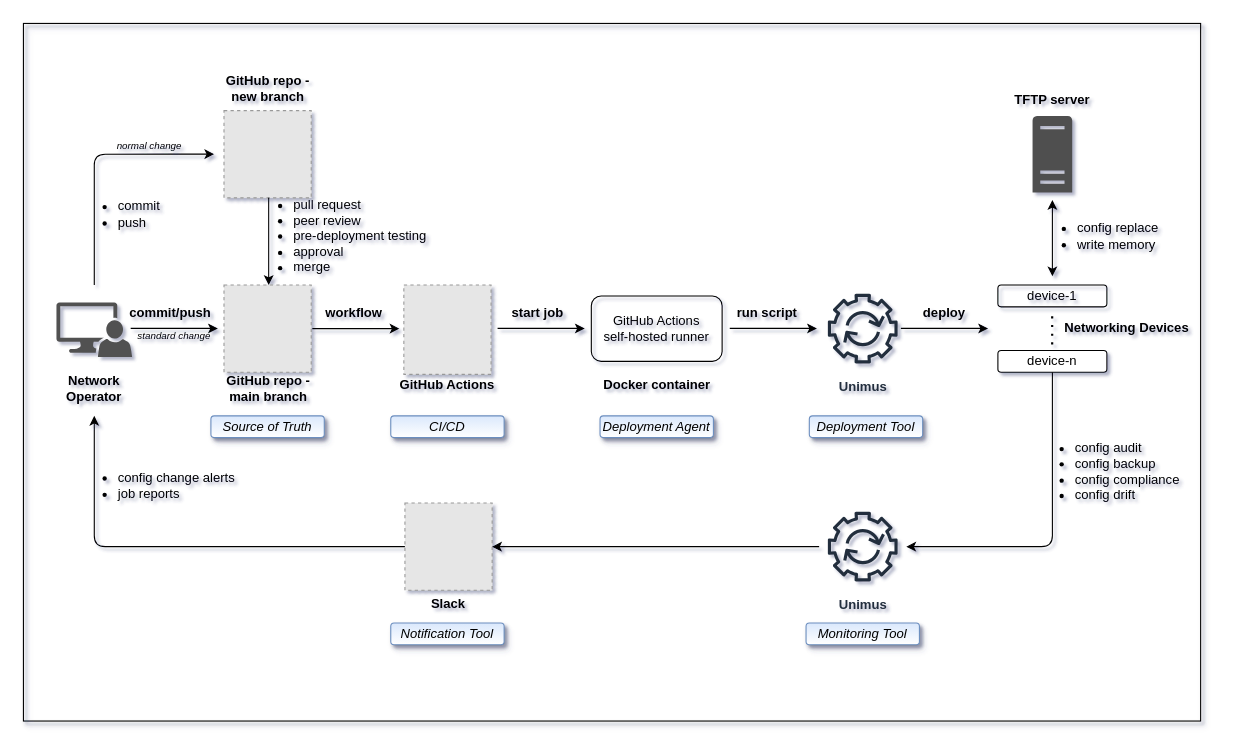
This is diagram-network-automation-github-actions.drawio from gdmoney/network-automation-github-actions, a draw.io file, before an edit. Source tidied: cells renumbered, new cells numbered last; positions are measured from the earlier drawing's top-left corner, leaving out a move shared by most shapes. Both pictures are drawn from the tidied source at 109%, with x=0, y=0 at pixel (23, 23). Pictures stored in the file or linked from it are replaced by grey dashed boxes.
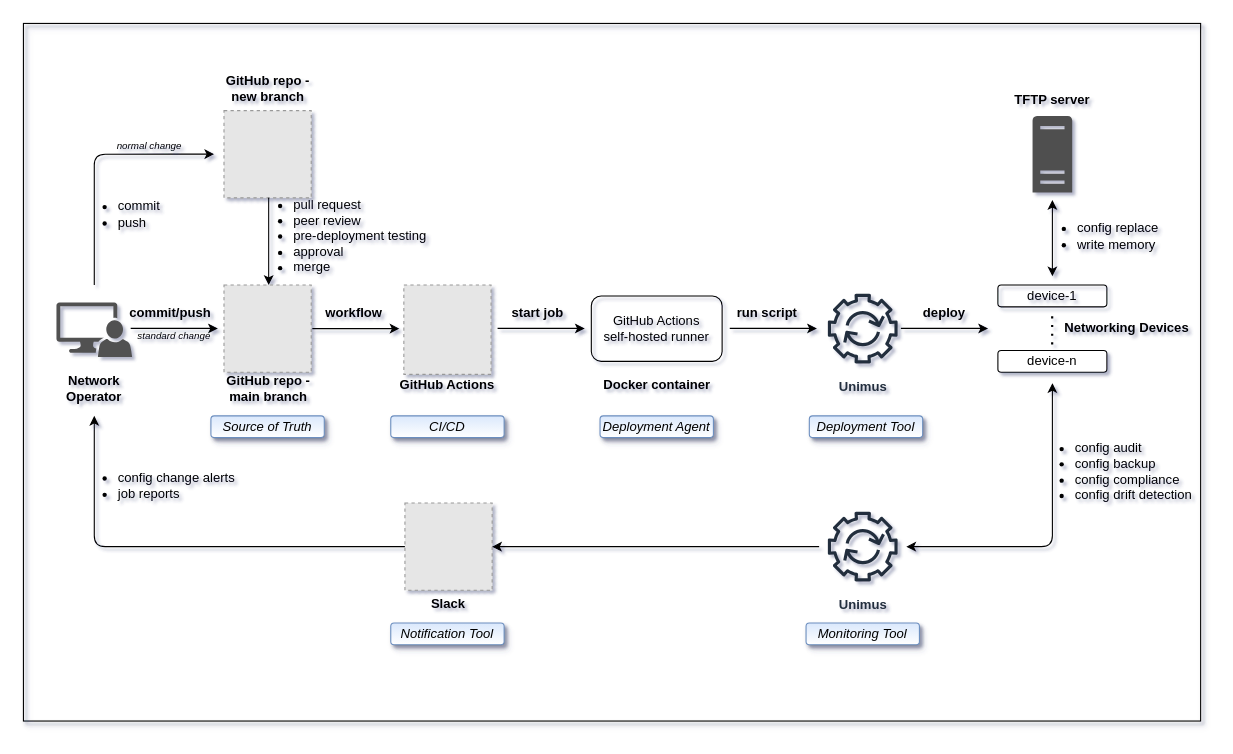
The same page after the edit.

Unchanged cells that the change refers to:
```xml
<mxCell id="6" value="device-n" style="rounded=1;whiteSpace=wrap;html=1;" parent="1" vertex="1">
  <mxGeometry x="894" y="300" width="100" height="20" as="geometry" />
</mxCell>
<mxCell id="46" value="&lt;b&gt;Unimus&lt;/b&gt;" style="outlineConnect=0;fontColor=#232F3E;gradientColor=none;strokeColor=#232F3E;dashed=0;verticalLabelPosition=bottom;verticalAlign=top;align=center;html=1;fontSize=12;fontStyle=0;shape=mxgraph.aws4.resourceIcon;resIcon=mxgraph.aws4.automation;fillColor=none;" parent="1" vertex="1">
  <mxGeometry x="730" y="440" width="80" height="80" as="geometry" />
</mxCell>
```

The edit, as a diff of the source:
```diff
@@
-    <mxCell id="34" value="&lt;ul&gt;&lt;li&gt;config audit&lt;/li&gt;&lt;li&gt;config backup&lt;/li&gt;&lt;li&gt;config compliance&lt;/li&gt;&lt;li&gt;config drift&lt;/li&gt;&lt;/ul&gt;" style="text;html=1;strokeColor=none;fillColor=none;align=left;verticalAlign=middle;whiteSpace=wrap;rounded=0;" parent="1" vertex="1">
-      <mxGeometry x="923" y="385" width="150" height="52" as="geometry" />
+    <mxCell id="34" value="&lt;ul&gt;&lt;li&gt;config audit&lt;/li&gt;&lt;li&gt;config backup&lt;/li&gt;&lt;li&gt;config compliance&lt;/li&gt;&lt;li&gt;config drift detection&lt;/li&gt;&lt;/ul&gt;" style="text;html=1;strokeColor=none;fillColor=none;align=left;verticalAlign=middle;whiteSpace=wrap;rounded=0;" parent="1" vertex="1">
+      <mxGeometry x="923" y="385" width="157" height="52" as="geometry" />
     </mxCell>
@@
-    <mxCell id="51" style="edgeStyle=orthogonalEdgeStyle;rounded=1;jettySize=auto;html=1;exitX=0.5;exitY=1;exitDx=0;exitDy=0;" parent="1" edge="1" source="6" target="46">
+    <mxCell id="51" style="edgeStyle=orthogonalEdgeStyle;rounded=1;jettySize=auto;html=1;startArrow=classic;startFill=1;" parent="1" edge="1" target="46">
       <mxGeometry relative="1" as="geometry">
+        <mxPoint x="944" y="330" as="sourcePoint" />
         <Array as="points">
           <mxPoint x="944" y="480" />
         </Array>
       </mxGeometry>
     </mxCell>
```
